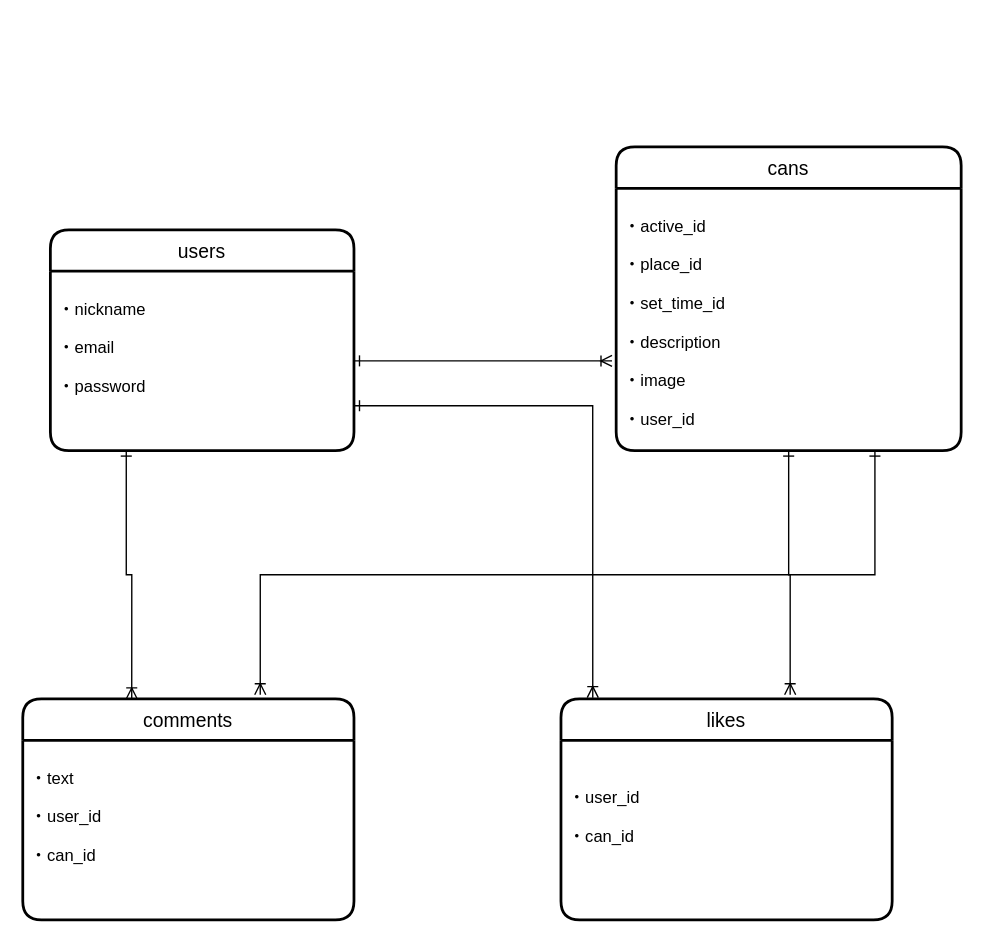
Earlier version of the draw.io diagram portfolio.dio (maru-keitaro/maru-portfolio). Source tidied: cells renumbered, new cells numbered last; positions are measured from the earlier drawing's top-left corner, leaving out a move shared by most shapes. Both pictures are drawn from the tidied source at 138%, with x=0, y=0 at pixel (22, 146).
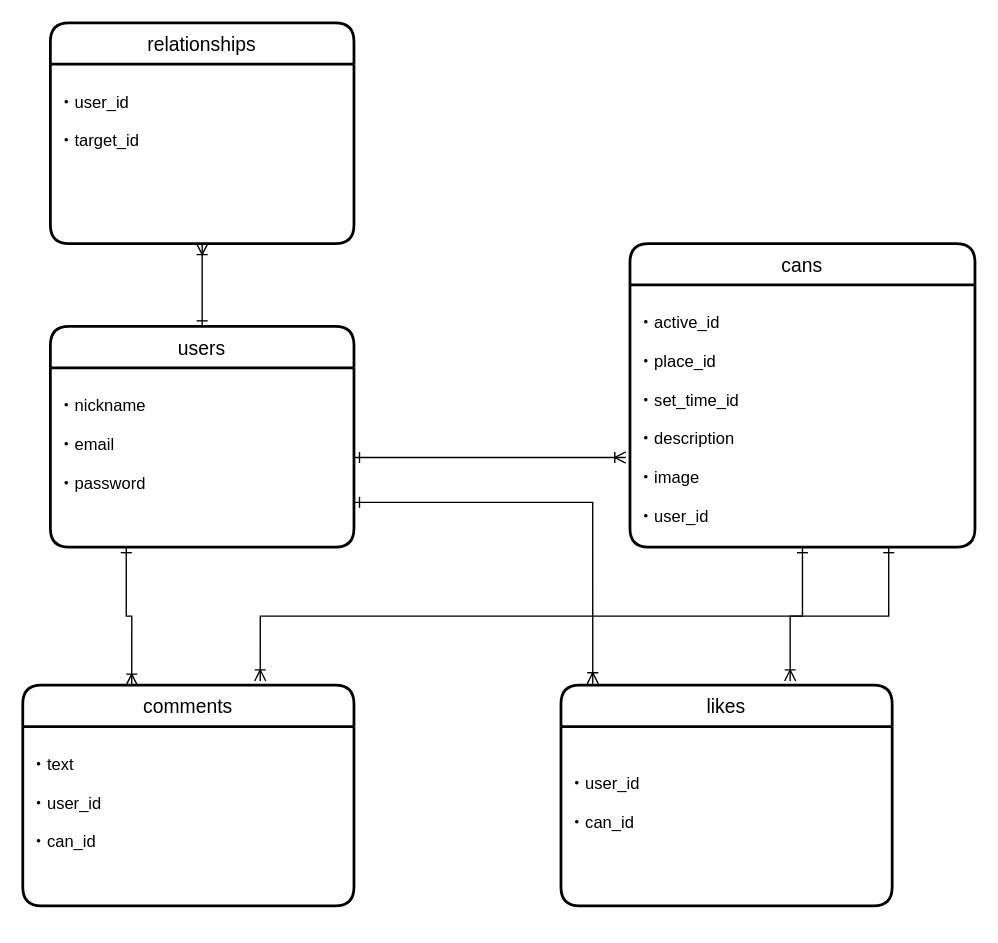
The same diagram, later.

The edit, as a diff of the source:
```diff
@@
 <mxGraphModel>
   <root>
     <mxCell id="0" />
     <mxCell id="1" parent="0" />
+    <mxCell id="15" style="edgeStyle=orthogonalEdgeStyle;rounded=0;jettySize=auto;html=1;exitX=0.5;exitY=0;exitDx=0;exitDy=0;startArrow=ERone;startFill=0;endArrow=ERoneToMany;endFill=0;" parent="1" edge="1" source="2" target="17">
+      <mxGeometry relative="1" as="geometry" />
+    </mxCell>
     <mxCell id="2" value="users" style="swimlane;horizontal=1;startSize=30;rounded=1;fontSize=14;fontStyle=0;strokeWidth=2;shadow=0;dashed=0;align=center;" parent="1" vertex="1">
-      <mxGeometry x="20" y="60" width="220" height="160" as="geometry" />
+      <mxGeometry x="20" y="130" width="220" height="160" as="geometry" />
     </mxCell>
     <mxCell id="3" value="&#10;・nickname&#10;&#10;・email&#10;&#10;・password" style="align=left;strokeColor=none;fillColor=none;spacingLeft=4;fontSize=12;verticalAlign=top;" parent="2" vertex="1">
       <mxGeometry y="30" width="220" height="130" as="geometry" />
     </mxCell>
     <mxCell id="4" value="cans" style="swimlane;horizontal=1;startSize=30;rounded=1;fontSize=14;fontStyle=0;strokeWidth=2;shadow=0;dashed=0;align=center;" parent="1" vertex="1">
-      <mxGeometry x="430" width="250" height="220" as="geometry" />
+      <mxGeometry x="440" y="70" width="250" height="220" as="geometry" />
     </mxCell>
     <mxCell id="5" value="&#10;・active_id&#10;&#10;・place_id&#10;&#10;・set_time_id&#10;&#10;・description&#10;&#10;・image&#10;&#10;・user_id" style="align=left;strokeColor=none;fillColor=none;spacingLeft=4;fontSize=12;verticalAlign=top;" parent="4" vertex="1">
       <mxGeometry y="30" width="250" height="190" as="geometry" />
     </mxCell>
     <mxCell id="6" value="comments" style="swimlane;horizontal=1;startSize=30;rounded=1;fontSize=14;fontStyle=0;strokeWidth=2;shadow=0;dashed=0;align=center;" parent="1" vertex="1">
-      <mxGeometry y="400" width="240" height="160" as="geometry" />
+      <mxGeometry y="390" width="240" height="160" as="geometry" />
     </mxCell>
     <mxCell id="7" value="&#10;・text&#10;&#10;・user_id&#10;&#10;・can_id" style="align=left;strokeColor=none;fillColor=none;spacingLeft=4;fontSize=12;verticalAlign=top;" parent="6" vertex="1">
       <mxGeometry y="30" width="240" height="130" as="geometry" />
     </mxCell>
     <mxCell id="8" style="edgeStyle=orthogonalEdgeStyle;rounded=0;jettySize=auto;html=1;exitX=1;exitY=0.5;exitDx=0;exitDy=0;entryX=-0.012;entryY=0.658;entryDx=0;entryDy=0;entryPerimeter=0;startArrow=ERone;startFill=0;endArrow=ERoneToMany;endFill=0;" parent="1" edge="1" source="3" target="5">
       <mxGeometry relative="1" as="geometry" />
     </mxCell>
     <mxCell id="9" style="edgeStyle=orthogonalEdgeStyle;rounded=0;jettySize=auto;html=1;exitX=0.25;exitY=1;exitDx=0;exitDy=0;entryX=0.329;entryY=0;entryDx=0;entryDy=0;entryPerimeter=0;startArrow=ERone;startFill=0;endArrow=ERoneToMany;endFill=0;" parent="1" edge="1" source="3" target="6">
       <mxGeometry relative="1" as="geometry" />
     </mxCell>
     <mxCell id="10" style="edgeStyle=orthogonalEdgeStyle;rounded=0;jettySize=auto;html=1;exitX=0.75;exitY=1;exitDx=0;exitDy=0;entryX=0.717;entryY=-0.019;entryDx=0;entryDy=0;entryPerimeter=0;startArrow=ERone;startFill=0;endArrow=ERoneToMany;endFill=0;" parent="1" edge="1" source="5" target="6">
       <mxGeometry relative="1" as="geometry" />
     </mxCell>
     <mxCell id="11" value="likes" style="swimlane;horizontal=1;startSize=30;rounded=1;fontSize=14;fontStyle=0;strokeWidth=2;shadow=0;dashed=0;align=center;" parent="1" vertex="1">
-      <mxGeometry x="390" y="400" width="240" height="160" as="geometry" />
+      <mxGeometry x="390" y="390" width="240" height="160" as="geometry" />
     </mxCell>
     <mxCell id="12" value="&#10;&#10;・user_id&#10;&#10;・can_id" style="align=left;strokeColor=none;fillColor=none;spacingLeft=4;fontSize=12;verticalAlign=top;" parent="11" vertex="1">
       <mxGeometry y="30" width="240" height="130" as="geometry" />
     </mxCell>
     <mxCell id="13" style="edgeStyle=orthogonalEdgeStyle;rounded=0;jettySize=auto;html=1;exitX=1;exitY=0.75;exitDx=0;exitDy=0;entryX=0.096;entryY=-0.006;entryDx=0;entryDy=0;entryPerimeter=0;startArrow=ERone;startFill=0;endArrow=ERoneToMany;endFill=0;" parent="1" edge="1" source="3" target="11">
       <mxGeometry relative="1" as="geometry" />
     </mxCell>
     <mxCell id="14" style="edgeStyle=orthogonalEdgeStyle;rounded=0;jettySize=auto;html=1;exitX=0.5;exitY=1;exitDx=0;exitDy=0;entryX=0.692;entryY=-0.019;entryDx=0;entryDy=0;entryPerimeter=0;startArrow=ERone;startFill=0;endArrow=ERoneToMany;endFill=0;" parent="1" edge="1" source="5" target="11">
       <mxGeometry relative="1" as="geometry" />
     </mxCell>
+    <mxCell id="16" value="relationships" style="swimlane;horizontal=1;startSize=30;rounded=1;fontSize=14;fontStyle=0;strokeWidth=2;shadow=0;dashed=0;align=center;" parent="1" vertex="1">
+      <mxGeometry x="20" y="-90" width="220" height="160" as="geometry" />
+    </mxCell>
+    <mxCell id="17" value="&#10;・user_id&#10;&#10;・target_id" style="align=left;strokeColor=none;fillColor=none;spacingLeft=4;fontSize=12;verticalAlign=top;" parent="16" vertex="1">
+      <mxGeometry y="30" width="220" height="130" as="geometry" />
+    </mxCell>
   </root>
 </mxGraphModel>
```
